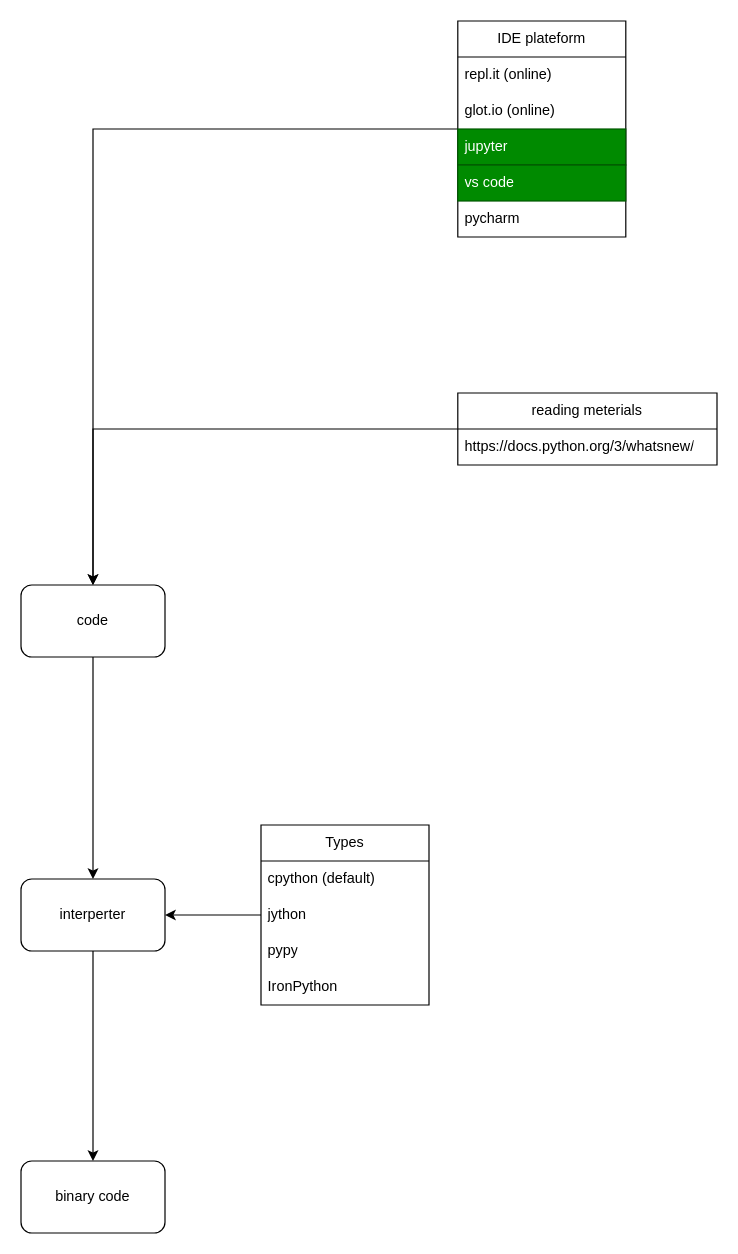
The draw.io diagram page "intro" (1 of 2) of python/python.drawio in Mini-Pingu/math_physics, before the edit. Source tidied: cells renumbered, new cells numbered last; positions are measured from the earlier drawing's top-left corner, leaving out a move shared by most shapes. Both pictures are drawn from the tidied source at 120%, with x=0, y=0 at pixel (20, 20).
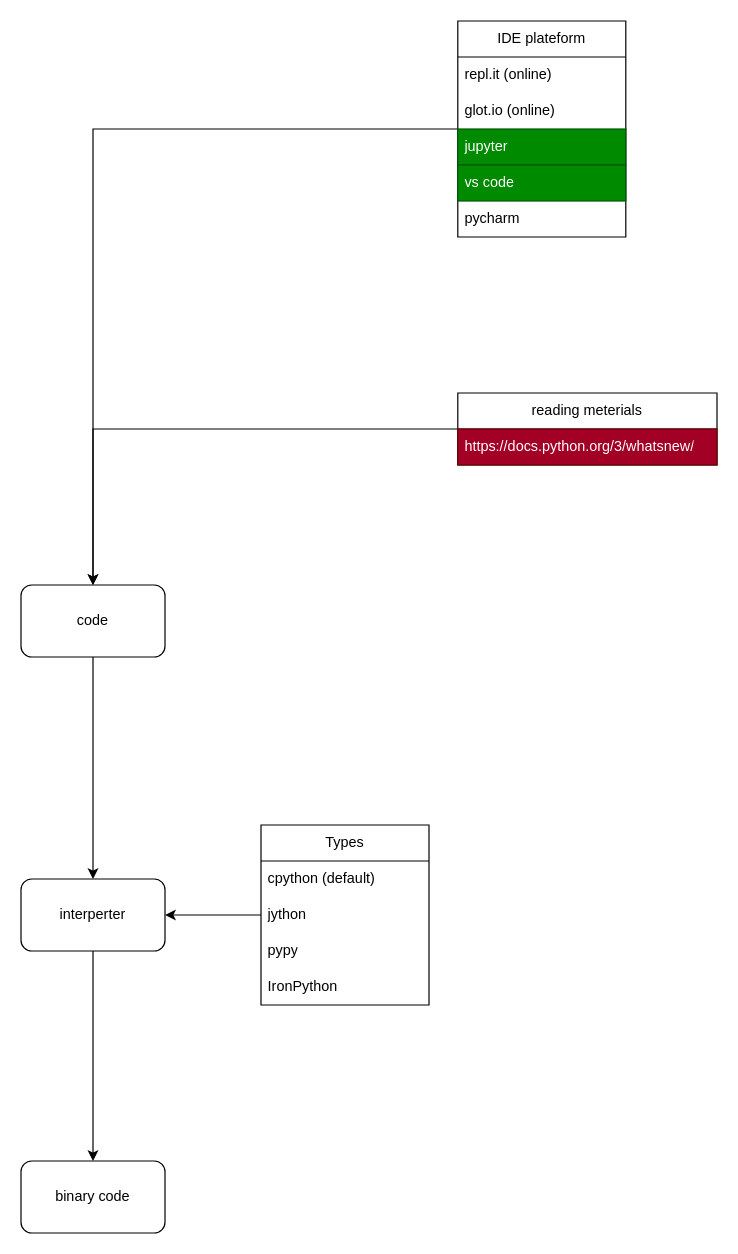
The same page after the edit.

Unchanged cells that the change refers to:
```xml
<mxCell id="21" value="&lt;div&gt;reading meterials&lt;/div&gt;" style="swimlane;fontStyle=0;horizontal=1;startSize=30;whiteSpace=wrap;html=1;" parent="1" vertex="1">
  <mxGeometry x="364" y="310" width="216" height="60" as="geometry" />
</mxCell>
```

Change to the diagram source:
```diff
@@
-    <mxCell id="22" value="https://docs.python.org/3/whatsnew/" style="text;strokeColor=none;fillColor=none;align=left;verticalAlign=middle;spacingLeft=4;spacingRight=4;overflow=hidden;whiteSpace=wrap;html=1;" parent="21" vertex="1">
+    <mxCell id="22" value="https://docs.python.org/3/whatsnew/" style="text;strokeColor=#6F0000;fillColor=#a20025;align=left;verticalAlign=middle;spacingLeft=4;spacingRight=4;overflow=hidden;whiteSpace=wrap;html=1;fontColor=#ffffff;" parent="21" vertex="1">
       <mxGeometry y="30" width="216" height="30" as="geometry" />
     </mxCell>
```
